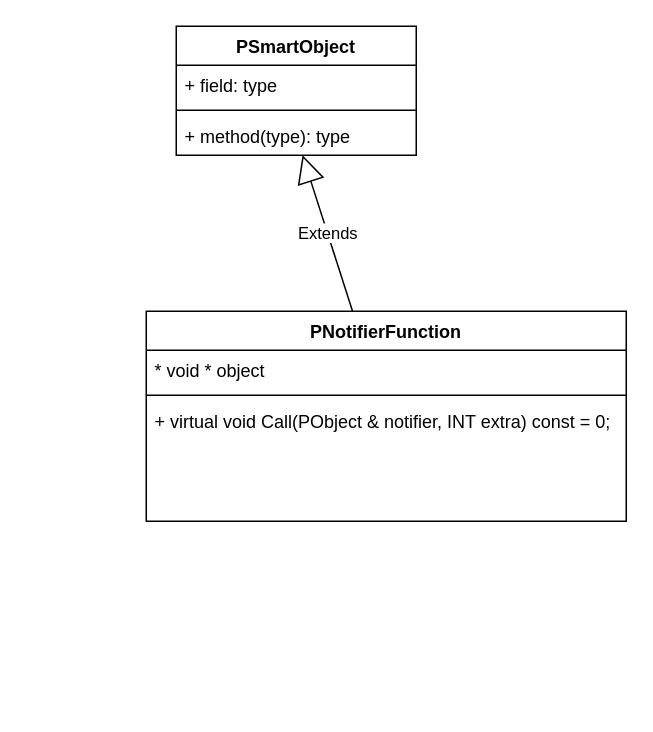
The draw.io diagram openmcu2.drawio in lcrboy/doc, before the edit. Source tidied: cells renumbered, new cells numbered last; positions are measured from the earlier drawing's top-left corner, leaving out a move shared by most shapes. Both pictures are drawn from the tidied source at 150%, with x=0, y=0 at pixel (146, 26).
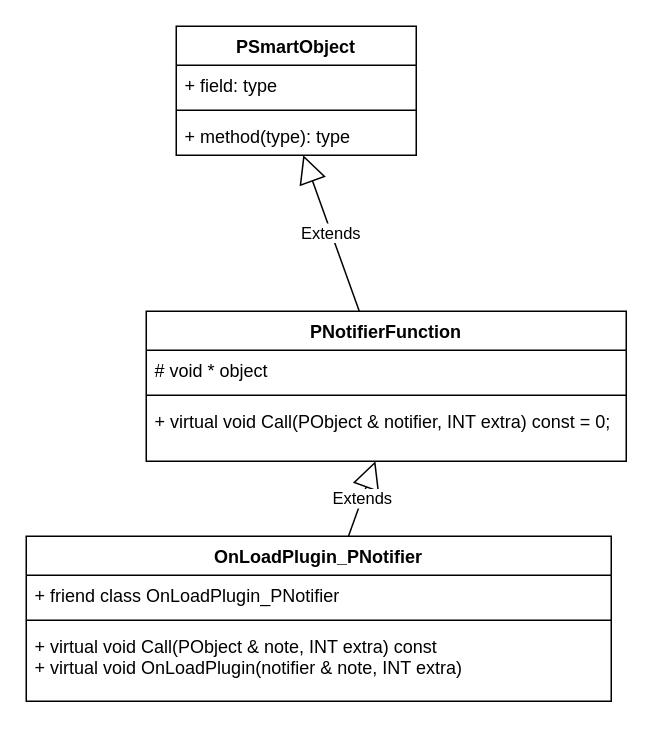
Above is the later version.

Change to the diagram source:
```diff
@@
 <mxGraphModel background="#ffffff">
   <root>
     <mxCell id="0" />
     <mxCell id="1" parent="0" />
     <mxCell id="2" value="PNotifierFunction" style="swimlane;fontStyle=1;align=center;verticalAlign=top;horizontal=1;startSize=26;" parent="1" vertex="1">
-      <mxGeometry y="190" width="320" height="140" as="geometry" />
+      <mxGeometry y="190" width="320" height="100" as="geometry" />
     </mxCell>
-    <mxCell id="3" value="* void * object" style="text;strokeColor=none;fillColor=none;align=left;verticalAlign=top;spacingLeft=4;spacingRight=4;overflow=hidden;" parent="2" vertex="1">
+    <mxCell id="3" value="# void * object" style="text;strokeColor=none;fillColor=none;align=left;verticalAlign=top;spacingLeft=4;spacingRight=4;overflow=hidden;" parent="2" vertex="1">
       <mxGeometry y="26" width="320" height="26" as="geometry" />
     </mxCell>
     <mxCell id="4" style="line;strokeWidth=1;fillColor=none;align=left;verticalAlign=middle;spacingTop=-1;spacingLeft=3;spacingRight=3;labelPosition=right;" parent="2" vertex="1">
       <mxGeometry y="52" width="320" height="8" as="geometry" />
     </mxCell>
     <mxCell id="5" value="+ virtual void Call(PObject &amp; notifier, INT extra) const = 0;&#10;" style="text;strokeColor=none;fillColor=none;align=left;verticalAlign=top;spacingLeft=4;spacingRight=4;overflow=hidden;points=[[0,0.5],[1,0.5]];portConstraint=eastwest;" parent="2" vertex="1">
-      <mxGeometry y="60" width="320" height="80" as="geometry" />
+      <mxGeometry y="60" width="320" height="40" as="geometry" />
     </mxCell>
     <mxCell id="6" value="PSmartObject" style="swimlane;fontStyle=1;align=center;verticalAlign=top;horizontal=1;startSize=26;" parent="1" vertex="1">
       <mxGeometry x="20" width="160" height="86" as="geometry" />
     </mxCell>
     <mxCell id="7" value="+ field: type" style="text;strokeColor=none;fillColor=none;align=left;verticalAlign=top;spacingLeft=4;spacingRight=4;overflow=hidden;" parent="6" vertex="1">
       <mxGeometry y="26" width="160" height="26" as="geometry" />
     </mxCell>
     <mxCell id="8" style="line;strokeWidth=1;fillColor=none;align=left;verticalAlign=middle;spacingTop=-1;spacingLeft=3;spacingRight=3;labelPosition=right;" parent="6" vertex="1">
       <mxGeometry y="52" width="160" height="8" as="geometry" />
     </mxCell>
     <mxCell id="9" value="+ method(type): type" style="text;strokeColor=none;fillColor=none;align=left;verticalAlign=top;spacingLeft=4;spacingRight=4;overflow=hidden;points=[[0,0.5],[1,0.5]];portConstraint=eastwest;" parent="6" vertex="1">
       <mxGeometry y="60" width="160" height="26" as="geometry" />
     </mxCell>
     <mxCell id="10" value="Extends" style="endArrow=block;endSize=16;endFill=0;html=1;" parent="1" edge="1" source="2" target="9">
       <mxGeometry relative="1" as="geometry" />
     </mxCell>
+    <mxCell id="11" value="OnLoadPlugin_PNotifier" style="swimlane;fontStyle=1;align=center;verticalAlign=top;horizontal=1;startSize=26;" parent="1" vertex="1">
+      <mxGeometry x="-80" y="340" width="390" height="110" as="geometry" />
+    </mxCell>
+    <mxCell id="12" value="+ friend class OnLoadPlugin_PNotifier" style="text;strokeColor=none;fillColor=none;align=left;verticalAlign=top;spacingLeft=4;spacingRight=4;overflow=hidden;" parent="11" vertex="1">
+      <mxGeometry y="26" width="390" height="26" as="geometry" />
+    </mxCell>
+    <mxCell id="13" style="line;strokeWidth=1;fillColor=none;align=left;verticalAlign=middle;spacingTop=-1;spacingLeft=3;spacingRight=3;labelPosition=right;" parent="11" vertex="1">
+      <mxGeometry y="52" width="390" height="8" as="geometry" />
+    </mxCell>
+    <mxCell id="14" value="+ virtual void Call(PObject &amp; note, INT extra) const&#10;+ virtual void OnLoadPlugin(notifier &amp; note, INT extra)" style="text;strokeColor=none;fillColor=none;align=left;verticalAlign=top;spacingLeft=4;spacingRight=4;overflow=hidden;" parent="11" vertex="1">
+      <mxGeometry y="60" width="390" height="50" as="geometry" />
+    </mxCell>
+    <mxCell id="15" value="Extends" style="endArrow=block;endSize=16;endFill=0;html=1;" parent="1" edge="1" source="11" target="5">
+      <mxGeometry relative="1" as="geometry" />
+    </mxCell>
   </root>
 </mxGraphModel>
```
